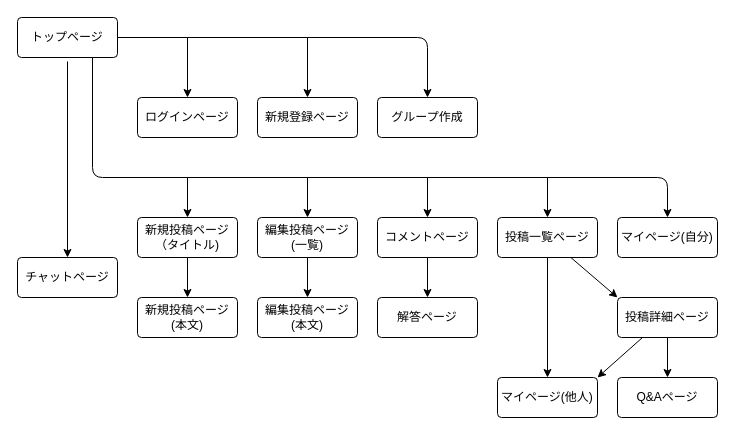
Earlier version of the draw.io diagram PageTransition.dio (xcattleyax/free-seeker). Source tidied: cells renumbered, new cells numbered last; positions are measured from the earlier drawing's top-left corner, leaving out a move shared by most shapes. Both pictures are drawn from the tidied source at 100%, with x=0, y=0 at pixel (17, 17).
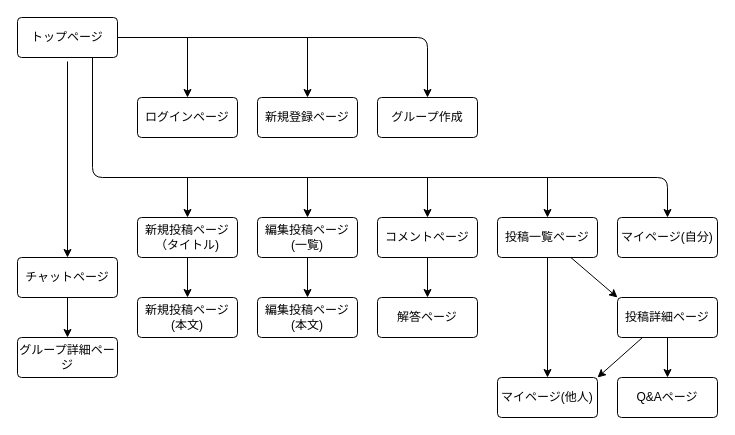
Above is the later version.

Commit message:
ページ遷移一部追加

Unchanged cells that the change refers to:
```xml
<mxCell id="15" value="チャットページ" style="rounded=1;arcSize=10;whiteSpace=wrap;html=1;align=center;" parent="1" vertex="1">
  <mxGeometry y="240" width="100" height="40" as="geometry" />
</mxCell>
```

Change to the diagram source:
```diff
@@
+    <mxCell id="34" style="edgeStyle=none;html=1;entryX=0.5;entryY=0;entryDx=0;entryDy=0;" parent="1" edge="1" source="15" target="35">
+      <mxGeometry relative="1" as="geometry" />
+    </mxCell>
@@
+    <mxCell id="35" value="グループ詳細ページ" style="rounded=1;arcSize=10;whiteSpace=wrap;html=1;align=center;" parent="1" vertex="1">
+      <mxGeometry y="320" width="100" height="40" as="geometry" />
+    </mxCell>
```
